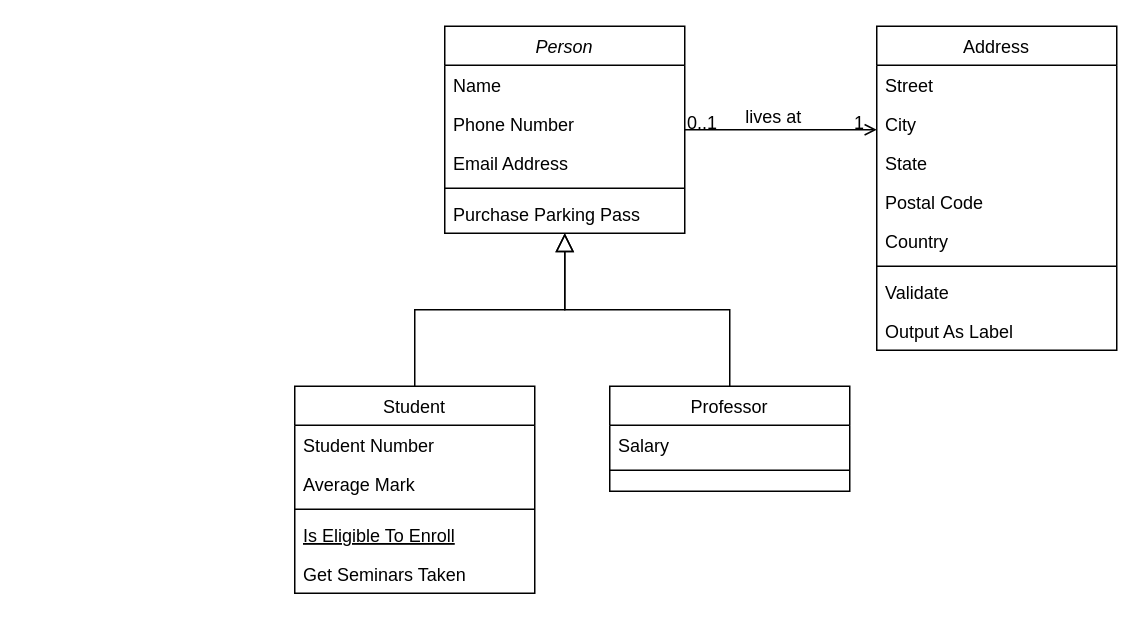
Earlier version of the draw.io diagram docs/Untitled Diagram.drawio (spanishGab/unind-game). Source tidied: cells renumbered, new cells numbered last; positions are measured from the earlier drawing's top-left corner, leaving out a move shared by most shapes. Both pictures are drawn from the tidied source at 150%, with x=0, y=0 at pixel (294, 26).
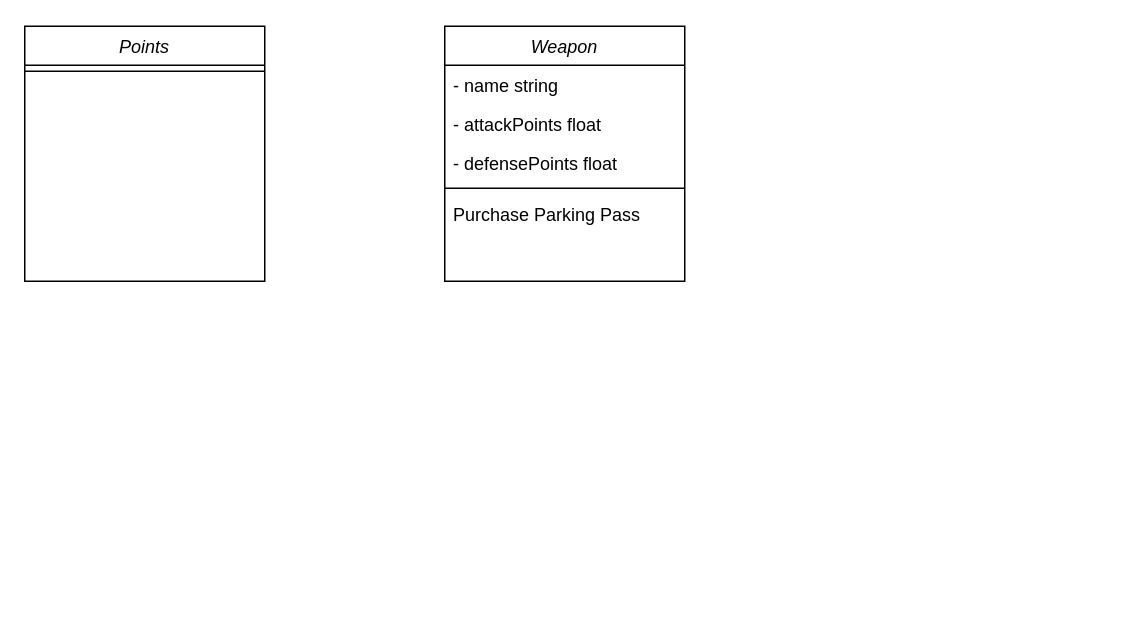
Above is the later version.

The edit, as a diff of the source:
```diff
@@
-    <mxCell id="2" value="Person" style="swimlane;fontStyle=2;align=center;verticalAlign=top;horizontal=1;startSize=26;rounded=0;shadow=0;strokeWidth=1;" parent="1" vertex="1">
-      <mxGeometry x="100" width="160" height="138" as="geometry" />
+    <mxCell id="2" value="Weapon" style="swimlane;fontStyle=2;align=center;verticalAlign=top;horizontal=1;startSize=26;rounded=0;shadow=0;strokeWidth=1;" parent="1" vertex="1">
+      <mxGeometry x="100" width="160" height="170" as="geometry" />
     </mxCell>
-    <mxCell id="3" value="Name" style="text;align=left;verticalAlign=top;spacingLeft=4;spacingRight=4;overflow=hidden;" parent="2" vertex="1">
+    <mxCell id="3" value="- name string" style="text;align=left;verticalAlign=top;spacingLeft=4;spacingRight=4;overflow=hidden;" parent="2" vertex="1">
       <mxGeometry y="26" width="160" height="26" as="geometry" />
     </mxCell>
-    <mxCell id="4" value="Phone Number" style="text;align=left;verticalAlign=top;spacingLeft=4;spacingRight=4;overflow=hidden;rounded=0;shadow=0;html=0;" parent="2" vertex="1">
+    <mxCell id="4" value="- attackPoints float" style="text;align=left;verticalAlign=top;spacingLeft=4;spacingRight=4;overflow=hidden;rounded=0;shadow=0;html=0;" parent="2" vertex="1">
       <mxGeometry y="52" width="160" height="26" as="geometry" />
     </mxCell>
-    <mxCell id="5" value="Email Address" style="text;align=left;verticalAlign=top;spacingLeft=4;spacingRight=4;overflow=hidden;rounded=0;shadow=0;html=0;" parent="2" vertex="1">
+    <mxCell id="5" value="- defensePoints float" style="text;align=left;verticalAlign=top;spacingLeft=4;spacingRight=4;overflow=hidden;rounded=0;shadow=0;html=0;" parent="2" vertex="1">
       <mxGeometry y="78" width="160" height="26" as="geometry" />
     </mxCell>
@@
-    <mxCell id="8" value="Student" style="swimlane;fontStyle=0;align=center;verticalAlign=top;horizontal=1;startSize=26;rounded=0;shadow=0;strokeWidth=1;" parent="1" vertex="1">
-      <mxGeometry y="240" width="160" height="138" as="geometry" />
-    </mxCell>
-    <mxCell id="9" value="Student Number" style="text;align=left;verticalAlign=top;spacingLeft=4;spacingRight=4;overflow=hidden;" parent="8" vertex="1">
-      <mxGeometry y="26" width="160" height="26" as="geometry" />
-    </mxCell>
-    <mxCell id="10" value="Average Mark" style="text;align=left;verticalAlign=top;spacingLeft=4;spacingRight=4;overflow=hidden;rounded=0;shadow=0;html=0;" parent="8" vertex="1">
-      <mxGeometry y="52" width="160" height="26" as="geometry" />
-    </mxCell>
-    <mxCell id="11" style="line;html=1;strokeWidth=1;align=left;verticalAlign=middle;spacingTop=-1;spacingLeft=3;spacingRight=3;labelPosition=right;" parent="8" vertex="1">
-      <mxGeometry y="78" width="160" height="8" as="geometry" />
-    </mxCell>
-    <mxCell id="12" value="Is Eligible To Enroll" style="text;align=left;verticalAlign=top;spacingLeft=4;spacingRight=4;overflow=hidden;fontStyle=4;" parent="8" vertex="1">
-      <mxGeometry y="86" width="160" height="26" as="geometry" />
-    </mxCell>
-    <mxCell id="13" value="Get Seminars Taken" style="text;align=left;verticalAlign=top;spacingLeft=4;spacingRight=4;overflow=hidden;" parent="8" vertex="1">
-      <mxGeometry y="112" width="160" height="26" as="geometry" />
-    </mxCell>
-    <mxCell id="14" style="endArrow=block;endSize=10;endFill=0;shadow=0;strokeWidth=1;rounded=0;curved=0;edgeStyle=elbowEdgeStyle;elbow=vertical;" parent="1" edge="1" source="8" target="2">
-      <mxGeometry relative="1" as="geometry" />
-    </mxCell>
-    <mxCell id="15" value="Professor" style="swimlane;fontStyle=0;align=center;verticalAlign=top;horizontal=1;startSize=26;rounded=0;shadow=0;strokeWidth=1;" parent="1" vertex="1">
-      <mxGeometry x="210" y="240" width="160" height="70" as="geometry" />
-    </mxCell>
-    <mxCell id="16" value="Salary" style="text;align=left;verticalAlign=top;spacingLeft=4;spacingRight=4;overflow=hidden;" parent="15" vertex="1">
-      <mxGeometry y="26" width="160" height="26" as="geometry" />
-    </mxCell>
-    <mxCell id="17" style="line;html=1;strokeWidth=1;align=left;verticalAlign=middle;spacingTop=-1;spacingLeft=3;spacingRight=3;labelPosition=right;" parent="15" vertex="1">
-      <mxGeometry y="52" width="160" height="8" as="geometry" />
-    </mxCell>
-    <mxCell id="18" style="endArrow=block;endSize=10;endFill=0;shadow=0;strokeWidth=1;rounded=0;curved=0;edgeStyle=elbowEdgeStyle;elbow=vertical;" parent="1" edge="1" source="15" target="2">
-      <mxGeometry relative="1" as="geometry" />
-    </mxCell>
-    <mxCell id="19" value="Address" style="swimlane;fontStyle=0;align=center;verticalAlign=top;horizontal=1;startSize=26;rounded=0;shadow=0;strokeWidth=1;" parent="1" vertex="1">
-      <mxGeometry x="388" width="160" height="216" as="geometry" />
-    </mxCell>
-    <mxCell id="20" value="Street" style="text;align=left;verticalAlign=top;spacingLeft=4;spacingRight=4;overflow=hidden;" parent="19" vertex="1">
-      <mxGeometry y="26" width="160" height="26" as="geometry" />
-    </mxCell>
-    <mxCell id="21" value="City" style="text;align=left;verticalAlign=top;spacingLeft=4;spacingRight=4;overflow=hidden;rounded=0;shadow=0;html=0;" parent="19" vertex="1">
-      <mxGeometry y="52" width="160" height="26" as="geometry" />
-    </mxCell>
-    <mxCell id="22" value="State" style="text;align=left;verticalAlign=top;spacingLeft=4;spacingRight=4;overflow=hidden;rounded=0;shadow=0;html=0;" parent="19" vertex="1">
-      <mxGeometry y="78" width="160" height="26" as="geometry" />
-    </mxCell>
-    <mxCell id="23" value="Postal Code" style="text;align=left;verticalAlign=top;spacingLeft=4;spacingRight=4;overflow=hidden;rounded=0;shadow=0;html=0;" parent="19" vertex="1">
-      <mxGeometry y="104" width="160" height="26" as="geometry" />
-    </mxCell>
-    <mxCell id="24" value="Country" style="text;align=left;verticalAlign=top;spacingLeft=4;spacingRight=4;overflow=hidden;rounded=0;shadow=0;html=0;" parent="19" vertex="1">
-      <mxGeometry y="130" width="160" height="26" as="geometry" />
-    </mxCell>
-    <mxCell id="25" style="line;html=1;strokeWidth=1;align=left;verticalAlign=middle;spacingTop=-1;spacingLeft=3;spacingRight=3;labelPosition=right;" parent="19" vertex="1">
-      <mxGeometry y="156" width="160" height="8" as="geometry" />
-    </mxCell>
-    <mxCell id="26" value="Validate" style="text;align=left;verticalAlign=top;spacingLeft=4;spacingRight=4;overflow=hidden;" parent="19" vertex="1">
-      <mxGeometry y="164" width="160" height="26" as="geometry" />
-    </mxCell>
-    <mxCell id="27" value="Output As Label" style="text;align=left;verticalAlign=top;spacingLeft=4;spacingRight=4;overflow=hidden;" parent="19" vertex="1">
-      <mxGeometry y="190" width="160" height="26" as="geometry" />
-    </mxCell>
-    <mxCell id="28" style="endArrow=open;shadow=0;strokeWidth=1;rounded=0;curved=0;endFill=1;edgeStyle=elbowEdgeStyle;elbow=vertical;" parent="1" edge="1" source="2" target="19">
-      <mxGeometry x="0.5" y="41" relative="1" as="geometry">
-        <mxPoint x="-40" y="32" as="offset" />
-      </mxGeometry>
-    </mxCell>
-    <mxCell id="29" value="0..1" style="align=left;verticalAlign=bottom;labelBackgroundColor=none;fontSize=12;" parent="28" vertex="1">
-      <mxGeometry x="-1" relative="1" as="geometry">
-        <mxPoint y="4" as="offset" />
-      </mxGeometry>
-    </mxCell>
-    <mxCell id="30" value="1" style="align=right;verticalAlign=bottom;labelBackgroundColor=none;fontSize=12;" parent="28" vertex="1">
-      <mxGeometry x="1" relative="1" as="geometry">
-        <mxPoint x="-7" y="4" as="offset" />
-      </mxGeometry>
-    </mxCell>
-    <mxCell id="31" value="lives at" style="text;html=1;align=center;verticalAlign=middle;labelBackgroundColor=none;rounded=0;shadow=0;strokeWidth=1;fontSize=12;" parent="28" vertex="1">
-      <mxGeometry x="0.5" y="49" relative="1" as="geometry">
-        <mxPoint x="-38" y="40" as="offset" />
-      </mxGeometry>
-    </mxCell>
+    <mxCell id="32" value="Points" style="swimlane;fontStyle=2;align=center;verticalAlign=top;horizontal=1;startSize=26;rounded=0;shadow=0;strokeWidth=1;" parent="1" vertex="1">
+      <mxGeometry x="-180" width="160" height="170" as="geometry" />
+    </mxCell>
+    <mxCell id="33" style="line;html=1;strokeWidth=1;align=left;verticalAlign=middle;spacingTop=-1;spacingLeft=3;spacingRight=3;labelPosition=right;" parent="32" vertex="1">
+      <mxGeometry y="26" width="160" height="8" as="geometry" />
+    </mxCell>
```
